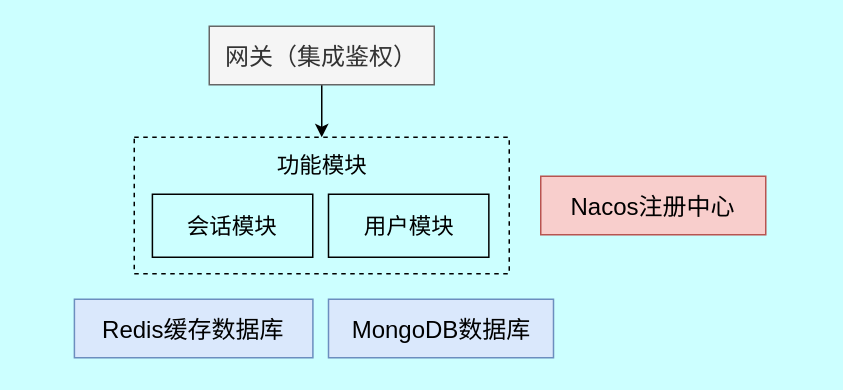
swsk33/find-me-cloud keeps this draw.io diagram as page "功能架构" (2 of 3) of findMe-UML.dio. Above is the earlier version. Source tidied: cells renumbered, new cells numbered last; positions are measured from the earlier drawing's top-left corner, leaving out a move shared by most shapes. Both pictures are drawn from the tidied source at 150%, with x=0, y=0 at pixel (74, 26).
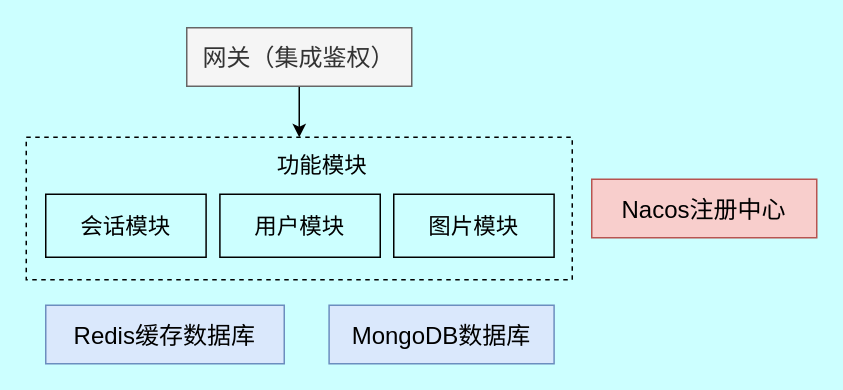
Above is the later version.

Diff of the diagram source:
```diff
@@
 <mxGraphModel background="#CCFFFF">
   <root>
     <mxCell id="0" />
     <mxCell id="1" parent="0" />
     <mxCell id="2" style="edgeStyle=orthogonalEdgeStyle;rounded=0;jettySize=auto;html=1;exitX=0.5;exitY=1;exitDx=0;exitDy=0;entryX=0.5;entryY=0;entryDx=0;entryDy=0;" parent="1" edge="1" source="3" target="7">
       <mxGeometry relative="1" as="geometry" />
     </mxCell>
     <mxCell id="3" value="&lt;font style=&quot;font-size: 16px;&quot;&gt;网关（集成鉴权）&lt;/font&gt;" style="rounded=0;whiteSpace=wrap;html=1;strokeColor=#666666;fillColor=#f5f5f5;fontColor=#333333;" parent="1" vertex="1">
-      <mxGeometry x="90" width="150" height="39" as="geometry" />
+      <mxGeometry x="75" y="1" width="150" height="39" as="geometry" />
     </mxCell>
     <mxCell id="4" value="&lt;span style=&quot;font-size: 16px;&quot;&gt;Nacos注册中心&lt;/span&gt;" style="rounded=0;whiteSpace=wrap;html=1;strokeColor=#b85450;fillColor=#f8cecc;" parent="1" vertex="1">
-      <mxGeometry x="311" y="100" width="150" height="39" as="geometry" />
+      <mxGeometry x="345" y="102" width="150" height="39" as="geometry" />
     </mxCell>
     <mxCell id="5" value="&lt;span style=&quot;font-size: 16px;&quot;&gt;MongoDB数据库&lt;/span&gt;" style="rounded=0;whiteSpace=wrap;html=1;strokeColor=#6c8ebf;fillColor=#dae8fc;" parent="1" vertex="1">
-      <mxGeometry x="169.5" y="182" width="150" height="39" as="geometry" />
+      <mxGeometry x="169.9" y="186" width="150" height="39" as="geometry" />
     </mxCell>
     <mxCell id="6" value="&lt;span style=&quot;font-size: 16px;&quot;&gt;Redis缓存数据库&lt;/span&gt;" style="rounded=0;whiteSpace=wrap;html=1;strokeColor=#6c8ebf;fillColor=#dae8fc;" parent="1" vertex="1">
-      <mxGeometry x="0.1" y="182" width="159" height="39" as="geometry" />
+      <mxGeometry x="-19" y="186" width="159" height="39" as="geometry" />
     </mxCell>
     <mxCell id="7" style="rounded=0;whiteSpace=wrap;html=1;fillColor=none;dashed=1;" parent="1" vertex="1">
-      <mxGeometry x="40" y="74" width="250" height="91" as="geometry" />
+      <mxGeometry x="-32" y="74" width="364" height="95" as="geometry" />
     </mxCell>
     <mxCell id="8" value="&lt;font style=&quot;font-size: 15px;&quot;&gt;功能模块&lt;/font&gt;" style="text;html=1;align=center;verticalAlign=middle;strokeColor=none;fillColor=none;" parent="1" vertex="1">
       <mxGeometry x="126" y="77" width="78" height="30" as="geometry" />
     </mxCell>
     <mxCell id="9" value="会话模块" style="rounded=0;whiteSpace=wrap;html=1;fontSize=15;fillColor=none;" parent="1" vertex="1">
-      <mxGeometry x="52.1" y="112" width="106.9" height="42" as="geometry" />
+      <mxGeometry x="-19" y="112" width="106.9" height="42" as="geometry" />
     </mxCell>
     <mxCell id="10" value="用户模块" style="rounded=0;whiteSpace=wrap;html=1;fontSize=15;fillColor=none;" parent="1" vertex="1">
-      <mxGeometry x="169.5" y="112" width="106.9" height="42" as="geometry" />
+      <mxGeometry x="97.1" y="112" width="106.9" height="42" as="geometry" />
     </mxCell>
+    <mxCell id="11" value="图片模块" style="rounded=0;whiteSpace=wrap;html=1;fontSize=15;fillColor=none;" parent="1" vertex="1">
+      <mxGeometry x="213" y="112" width="106.9" height="42" as="geometry" />
+    </mxCell>
   </root>
 </mxGraphModel>
```
